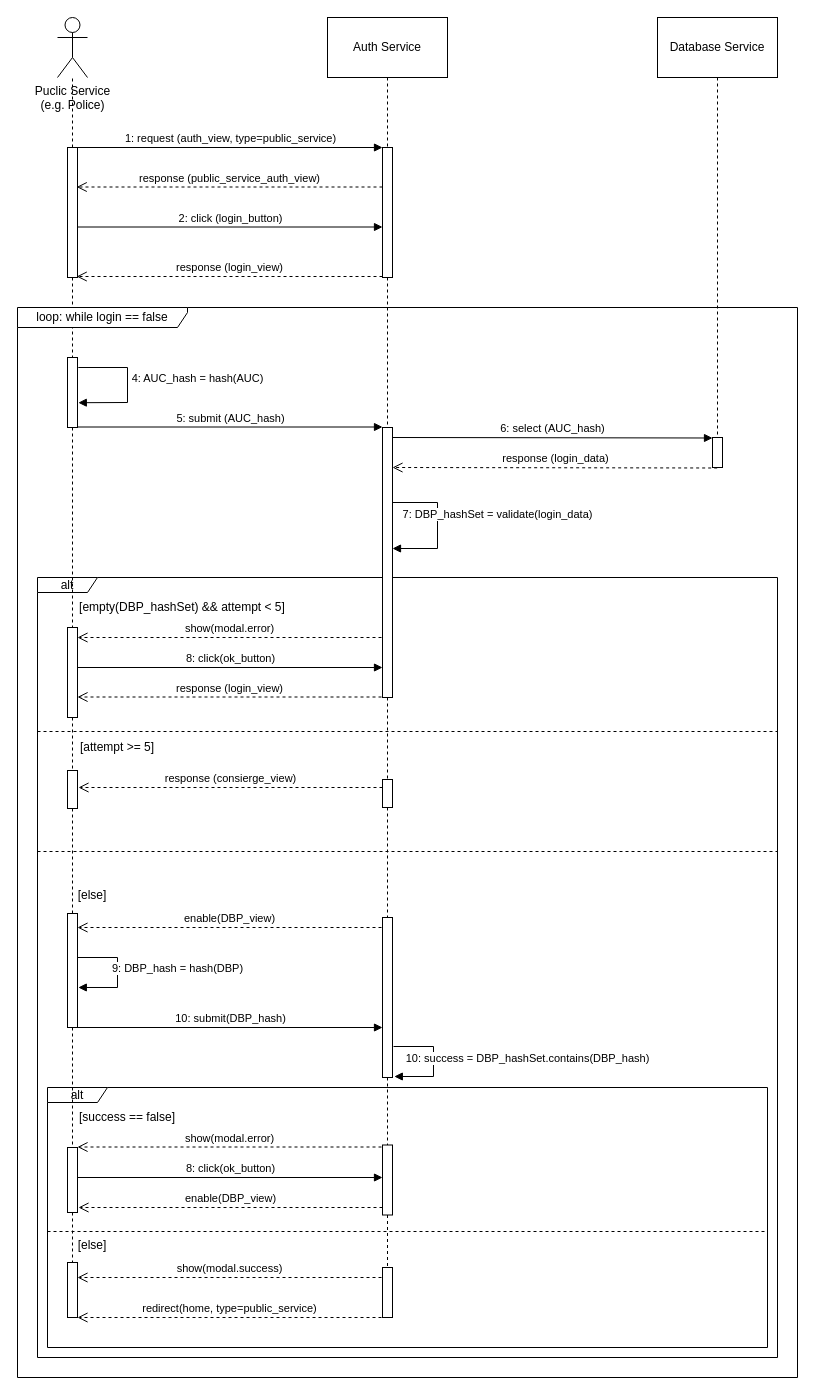
Earlier version of the draw.io diagram RASD/assets/sequence_diagrams/login_public_subject.drawio (Tallino/DaneseSavoldelli). Source tidied: cells renumbered, new cells numbered last; positions are measured from the earlier drawing's top-left corner, leaving out a move shared by most shapes. Both pictures are drawn from the tidied source at 100%, with x=0, y=0 at pixel (17, 17).
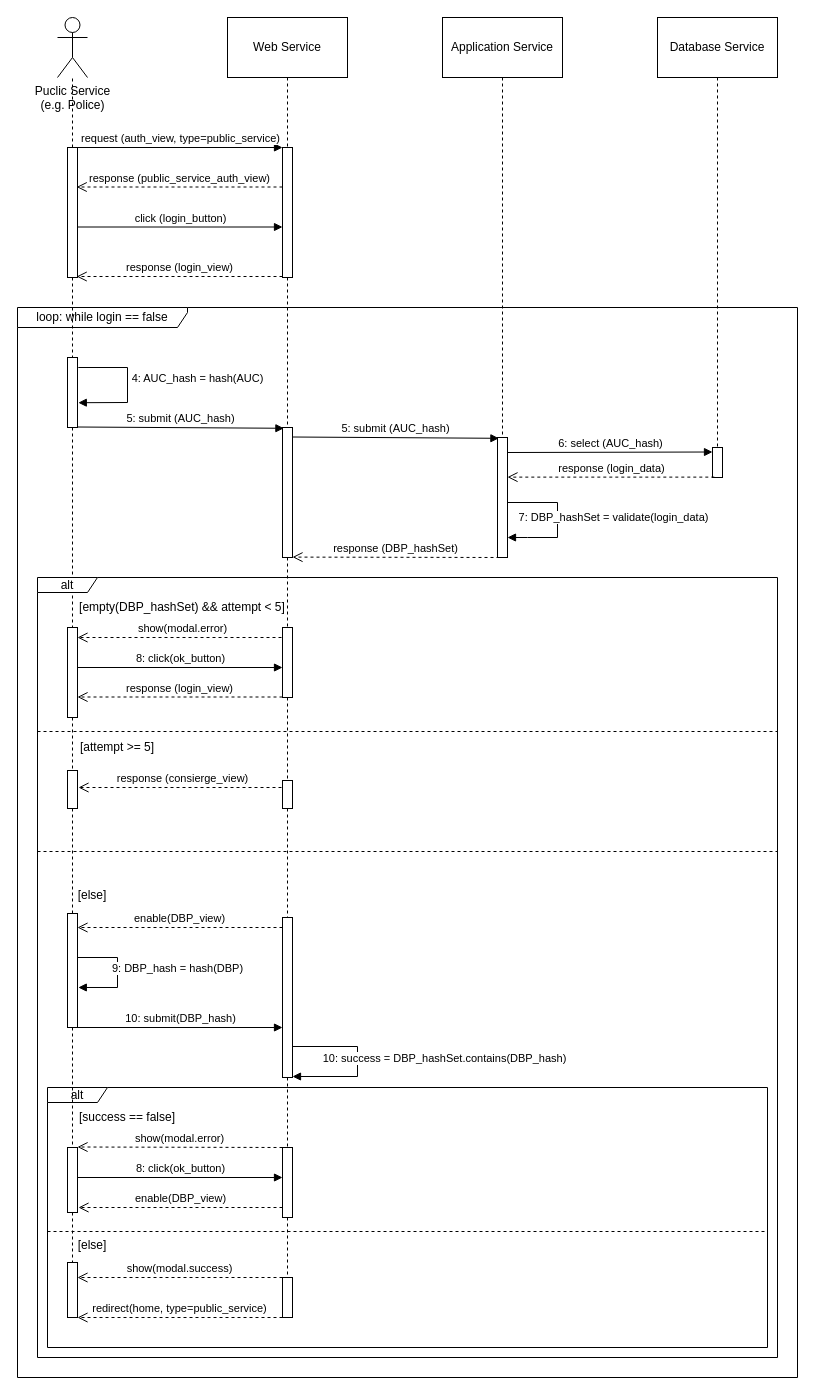
The same diagram, later.

What changed in the source:
```diff
@@
+    <mxCell id="64" value="loop: while login == false" style="shape=umlFrame;whiteSpace=wrap;html=1;width=170;height=20;" parent="1" vertex="1">
+      <mxGeometry y="290" width="780" height="1070" as="geometry" />
+    </mxCell>
@@
-    <mxCell id="3" value="alt" style="shape=umlFrame;whiteSpace=wrap;html=1;width=60;height=15;" parent="1" vertex="1">
-      <mxGeometry x="20" y="560" width="740" height="780" as="geometry" />
-    </mxCell>
@@
-    <mxCell id="6" value="Auth Service" style="rounded=0;whiteSpace=wrap;html=1;" parent="1" vertex="1">
-      <mxGeometry x="310" width="120" height="60" as="geometry" />
+    <mxCell id="6" value="Web Service" style="rounded=0;whiteSpace=wrap;html=1;" parent="1" vertex="1">
+      <mxGeometry x="210" width="120" height="60" as="geometry" />
     </mxCell>
@@
-    <mxCell id="23" style="edgeStyle=orthogonalEdgeStyle;rounded=0;jettySize=auto;html=1;dashed=1;endArrow=none;endFill=0;" parent="1" edge="1" source="24" target="26">
+    <mxCell id="23" style="edgeStyle=orthogonalEdgeStyle;rounded=0;jettySize=auto;html=1;dashed=1;endArrow=none;endFill=0;exitX=0.5;exitY=1;exitDx=0;exitDy=0;" parent="1" edge="1" source="67" target="26">
       <mxGeometry relative="1" as="geometry" />
     </mxCell>
-    <mxCell id="24" style="html=1;points=[];perimeter=orthogonalPerimeter;" parent="1" vertex="1">
-      <mxGeometry x="365" y="130" width="10" height="130" as="geometry" />
-    </mxCell>
-    <mxCell id="25" style="edgeStyle=orthogonalEdgeStyle;rounded=0;jettySize=auto;html=1;dashed=1;endArrow=none;endFill=0;" parent="1" edge="1" source="26" target="43">
-      <mxGeometry relative="1" as="geometry" />
+    <mxCell id="25" style="edgeStyle=orthogonalEdgeStyle;rounded=0;jettySize=auto;html=1;dashed=1;endArrow=none;endFill=0;" parent="1" edge="1" source="70" target="43">
+      <mxGeometry relative="1" as="geometry">
+        <Array as="points">
+          <mxPoint x="270" y="630" />
+        </Array>
+      </mxGeometry>
     </mxCell>
     <mxCell id="26" style="html=1;points=[];perimeter=orthogonalPerimeter;" parent="1" vertex="1">
-      <mxGeometry x="365" y="410" width="10" height="270" as="geometry" />
+      <mxGeometry x="480" y="420" width="10" height="120" as="geometry" />
     </mxCell>
     <mxCell id="27" style="html=1;points=[];perimeter=orthogonalPerimeter;" parent="1" vertex="1">
-      <mxGeometry x="695" y="420" width="10" height="30" as="geometry" />
+      <mxGeometry x="695" y="430" width="10" height="30" as="geometry" />
     </mxCell>
-    <mxCell id="28" value="1: request (auth_view, type=public_service)" style="html=1;verticalAlign=bottom;endArrow=block;" parent="1" edge="1" target="24">
+    <mxCell id="28" value="request (auth_view, type=public_service)" style="html=1;verticalAlign=bottom;endArrow=block;" parent="1" edge="1" target="24">
       <mxGeometry relative="1" as="geometry">
         <mxPoint x="60" y="130" as="sourcePoint" />
       </mxGeometry>
     </mxCell>
-    <mxCell id="29" value="response (public_service_auth_view)" style="html=1;verticalAlign=bottom;endArrow=open;dashed=1;endSize=8;entryX=0.92;entryY=0.4;entryDx=0;entryDy=0;entryPerimeter=0;" parent="1" edge="1">
+    <mxCell id="29" value="response (public_service_auth_view)" style="html=1;verticalAlign=bottom;endArrow=open;dashed=1;endSize=8;entryX=0.92;entryY=0.4;entryDx=0;entryDy=0;entryPerimeter=0;" parent="1" edge="1" source="24">
       <mxGeometry relative="1" as="geometry">
-        <mxPoint x="365" y="169.5" as="sourcePoint" />
         <mxPoint x="59.2" y="169.5" as="targetPoint" />
       </mxGeometry>
     </mxCell>
-    <mxCell id="30" value="2: click (login_button)" style="html=1;verticalAlign=bottom;endArrow=block;" parent="1" edge="1">
+    <mxCell id="30" value="click (login_button)" style="html=1;verticalAlign=bottom;endArrow=block;" parent="1" edge="1" target="24">
       <mxGeometry relative="1" as="geometry">
         <mxPoint x="60" y="209.5" as="sourcePoint" />
-        <mxPoint x="365" y="209.5" as="targetPoint" />
       </mxGeometry>
     </mxCell>
-    <mxCell id="31" value="response (login_view)" style="html=1;verticalAlign=bottom;endArrow=open;dashed=1;endSize=8;entryX=0.92;entryY=0.4;entryDx=0;entryDy=0;entryPerimeter=0;" parent="1" edge="1">
+    <mxCell id="31" value="response (login_view)" style="html=1;verticalAlign=bottom;endArrow=open;dashed=1;endSize=8;entryX=0.92;entryY=0.4;entryDx=0;entryDy=0;entryPerimeter=0;" parent="1" edge="1" source="24">
       <mxGeometry relative="1" as="geometry">
-        <mxPoint x="365" y="259" as="sourcePoint" />
         <mxPoint x="59.2" y="259" as="targetPoint" />
       </mxGeometry>
     </mxCell>
-    <mxCell id="32" value="5: submit (AUC_hash)" style="html=1;verticalAlign=bottom;endArrow=block;" parent="1" edge="1">
+    <mxCell id="32" value="5: submit (AUC_hash)" style="html=1;verticalAlign=bottom;endArrow=block;entryX=0.14;entryY=0.006;entryDx=0;entryDy=0;entryPerimeter=0;" parent="1" edge="1" target="69">
       <mxGeometry relative="1" as="geometry">
         <mxPoint x="60" y="409.5" as="sourcePoint" />
-        <mxPoint x="365" y="409.5" as="targetPoint" />
       </mxGeometry>
     </mxCell>
     <mxCell id="33" value="6: select (AUC_hash)" style="html=1;verticalAlign=bottom;endArrow=block;" parent="1" edge="1">
       <mxGeometry relative="1" as="geometry">
-        <mxPoint x="375" y="420" as="sourcePoint" />
-        <mxPoint x="695" y="420.5" as="targetPoint" />
+        <mxPoint x="490" y="435" as="sourcePoint" />
+        <mxPoint x="695" y="434.5" as="targetPoint" />
       </mxGeometry>
     </mxCell>
     <mxCell id="34" value="show(modal.error)" style="html=1;verticalAlign=bottom;endArrow=open;dashed=1;endSize=8;" parent="1" edge="1">
       <mxGeometry relative="1" as="geometry">
-        <mxPoint x="364" y="620" as="sourcePoint" />
+        <mxPoint x="270" y="620" as="sourcePoint" />
         <mxPoint x="60" y="620" as="targetPoint" />
       </mxGeometry>
     </mxCell>
     <mxCell id="35" value="7: DBP_hashSet = validate(login_data)" style="html=1;verticalAlign=bottom;endArrow=block;rounded=0;" parent="1" edge="1" source="26" target="26">
-      <mxGeometry x="-0.32" y="-63" relative="1" as="geometry">
+      <mxGeometry x="0.32" y="-61" relative="1" as="geometry">
         <Array as="points">
-          <mxPoint x="420" y="485" />
-          <mxPoint x="420" y="531" />
+          <mxPoint x="540" y="485" />
+          <mxPoint x="540" y="520" />
+          <mxPoint x="510" y="520" />
         </Array>
-        <mxPoint x="123" y="20" as="offset" />
+        <mxPoint x="60" y="50" as="offset" />
       </mxGeometry>
     </mxCell>
@@
-    <mxCell id="43" style="html=1;points=[];perimeter=orthogonalPerimeter;" parent="1" vertex="1">
-      <mxGeometry x="365" y="762" width="10" height="28" as="geometry" />
-    </mxCell>
@@
     <mxCell id="45" style="html=1;points=[];perimeter=orthogonalPerimeter;" parent="1" vertex="1">
-      <mxGeometry x="365" y="900" width="10" height="160" as="geometry" />
+      <mxGeometry x="265" y="900" width="10" height="160" as="geometry" />
     </mxCell>
@@
-    <mxCell id="47" style="html=1;points=[];perimeter=orthogonalPerimeter;" parent="1" vertex="1">
-      <mxGeometry x="365" y="1127.5" width="10" height="70" as="geometry" />
-    </mxCell>
-    <mxCell id="48" style="html=1;points=[];perimeter=orthogonalPerimeter;" parent="1" vertex="1">
-      <mxGeometry x="365" y="1250" width="10" height="50" as="geometry" />
-    </mxCell>
-    <mxCell id="49" value="8: click(ok_button)" style="html=1;verticalAlign=bottom;endArrow=block;" parent="1" edge="1">
+    <mxCell id="49" value="8: click(ok_button)" style="html=1;verticalAlign=bottom;endArrow=block;" parent="1" edge="1" target="70">
       <mxGeometry relative="1" as="geometry">
         <mxPoint x="60" y="650" as="sourcePoint" />
-        <mxPoint x="365" y="650" as="targetPoint" />
       </mxGeometry>
     </mxCell>
-    <mxCell id="50" value="response (login_view)" style="html=1;verticalAlign=bottom;endArrow=open;dashed=1;endSize=8;" parent="1" edge="1">
+    <mxCell id="50" value="response (login_view)" style="html=1;verticalAlign=bottom;endArrow=open;dashed=1;endSize=8;" parent="1" edge="1" source="70">
       <mxGeometry relative="1" as="geometry">
-        <mxPoint x="364" y="679.5" as="sourcePoint" />
         <mxPoint x="60" y="679.5" as="targetPoint" />
       </mxGeometry>
     </mxCell>
     <mxCell id="51" value="response (consierge_view)" style="html=1;verticalAlign=bottom;endArrow=open;dashed=1;endSize=8;" parent="1" edge="1">
       <mxGeometry relative="1" as="geometry">
-        <mxPoint x="365" y="770" as="sourcePoint" />
+        <mxPoint x="270" y="770" as="sourcePoint" />
         <mxPoint x="61" y="770" as="targetPoint" />
       </mxGeometry>
     </mxCell>
-    <mxCell id="52" value="enable(DBP_view)" style="html=1;verticalAlign=bottom;endArrow=open;dashed=1;endSize=8;" parent="1" edge="1">
+    <mxCell id="52" value="enable(DBP_view)" style="html=1;verticalAlign=bottom;endArrow=open;dashed=1;endSize=8;" parent="1" edge="1" source="45">
       <mxGeometry relative="1" as="geometry">
-        <mxPoint x="364" y="910" as="sourcePoint" />
         <mxPoint x="60" y="910" as="targetPoint" />
       </mxGeometry>
     </mxCell>
-    <mxCell id="53" value="10: submit(DBP_hash)" style="html=1;verticalAlign=bottom;endArrow=block;" parent="1" edge="1">
+    <mxCell id="53" value="10: submit(DBP_hash)" style="html=1;verticalAlign=bottom;endArrow=block;" parent="1" edge="1" target="45">
       <mxGeometry relative="1" as="geometry">
         <mxPoint x="60" y="1010" as="sourcePoint" />
-        <mxPoint x="365" y="1010" as="targetPoint" />
       </mxGeometry>
     </mxCell>
@@
-    <mxCell id="55" value="10: success = DBP_hashSet.contains(DBP_hash)" style="html=1;verticalAlign=bottom;endArrow=block;entryX=1.08;entryY=0.649;entryDx=0;entryDy=0;entryPerimeter=0;rounded=0;" parent="1" edge="1">
+    <mxCell id="55" value="10: success = DBP_hashSet.contains(DBP_hash)" style="html=1;verticalAlign=bottom;endArrow=block;rounded=0;" parent="1" edge="1" source="45" target="45">
       <mxGeometry x="0.28" y="-94" relative="1" as="geometry">
-        <mxPoint x="376" y="1029" as="sourcePoint" />
-        <mxPoint x="376.8" y="1059" as="targetPoint" />
         <Array as="points">
-          <mxPoint x="416" y="1029" />
-          <mxPoint x="416" y="1059" />
+          <mxPoint x="340" y="1029" />
+          <mxPoint x="340" y="1059" />
         </Array>
         <mxPoint x="94" y="85" as="offset" />
       </mxGeometry>
     </mxCell>
@@
-    <mxCell id="59" value="show(modal.error)" style="html=1;verticalAlign=bottom;endArrow=open;dashed=1;endSize=8;" parent="1" edge="1">
+    <mxCell id="59" value="show(modal.error)" style="html=1;verticalAlign=bottom;endArrow=open;dashed=1;endSize=8;" parent="1" edge="1" source="47">
       <mxGeometry relative="1" as="geometry">
-        <mxPoint x="364" y="1129.5" as="sourcePoint" />
         <mxPoint x="60" y="1129.5" as="targetPoint" />
       </mxGeometry>
     </mxCell>
-    <mxCell id="60" value="8: click(ok_button)" style="html=1;verticalAlign=bottom;endArrow=block;" parent="1" edge="1">
-      <mxGeometry relative="1" as="geometry">
-        <mxPoint x="60" y="1160" as="sourcePoint" />
-        <mxPoint x="365" y="1160" as="targetPoint" />
-      </mxGeometry>
-    </mxCell>
-    <mxCell id="61" value="enable(DBP_view)" style="html=1;verticalAlign=bottom;endArrow=open;dashed=1;endSize=8;" parent="1" edge="1">
+    <mxCell id="61" value="enable(DBP_view)" style="html=1;verticalAlign=bottom;endArrow=open;dashed=1;endSize=8;" parent="1" edge="1" source="47">
       <mxGeometry relative="1" as="geometry">
-        <mxPoint x="365" y="1190" as="sourcePoint" />
         <mxPoint x="61" y="1190" as="targetPoint" />
       </mxGeometry>
     </mxCell>
-    <mxCell id="62" value="show(modal.success)" style="html=1;verticalAlign=bottom;endArrow=open;dashed=1;endSize=8;" parent="1" edge="1">
+    <mxCell id="62" value="show(modal.success)" style="html=1;verticalAlign=bottom;endArrow=open;dashed=1;endSize=8;" parent="1" edge="1" source="48">
       <mxGeometry relative="1" as="geometry">
-        <mxPoint x="364" y="1260" as="sourcePoint" />
         <mxPoint x="60" y="1260" as="targetPoint" />
       </mxGeometry>
     </mxCell>
-    <mxCell id="63" value="redirect(home, type=public_service)" style="html=1;verticalAlign=bottom;endArrow=open;dashed=1;endSize=8;" parent="1" edge="1">
+    <mxCell id="63" value="redirect(home, type=public_service)" style="html=1;verticalAlign=bottom;endArrow=open;dashed=1;endSize=8;" parent="1" edge="1" source="48">
       <mxGeometry relative="1" as="geometry">
-        <mxPoint x="364" y="1300" as="sourcePoint" />
         <mxPoint x="60" y="1300" as="targetPoint" />
       </mxGeometry>
     </mxCell>
-    <mxCell id="64" value="loop: while login == false" style="shape=umlFrame;whiteSpace=wrap;html=1;width=170;height=20;" parent="1" vertex="1">
-      <mxGeometry y="290" width="780" height="1070" as="geometry" />
-    </mxCell>
-    <mxCell id="65" value="response (login_data)" style="html=1;verticalAlign=bottom;endArrow=open;dashed=1;endSize=8;exitX=0.897;exitY=0.15;exitDx=0;exitDy=0;exitPerimeter=0;" parent="1" edge="1" source="64">
-      <mxGeometry relative="1" as="geometry">
-        <mxPoint x="375" y="450" as="targetPoint" />
-      </mxGeometry>
+    <mxCell id="65" value="response (login_data)" style="html=1;verticalAlign=bottom;endArrow=open;dashed=1;endSize=8;exitX=0.18;exitY=0.987;exitDx=0;exitDy=0;exitPerimeter=0;" parent="1" edge="1" source="27" target="26">
+      <mxGeometry relative="1" as="geometry" />
     </mxCell>
+    <mxCell id="66" style="edgeStyle=orthogonalEdgeStyle;rounded=0;jettySize=auto;html=1;dashed=1;labelBackgroundColor=none;startArrow=none;startFill=0;endArrow=none;endFill=0;" parent="1" edge="1" source="24" target="69">
+      <mxGeometry relative="1" as="geometry" />
+    </mxCell>
+    <mxCell id="24" style="html=1;points=[];perimeter=orthogonalPerimeter;" parent="1" vertex="1">
+      <mxGeometry x="265" y="130" width="10" height="130" as="geometry" />
+    </mxCell>
+    <mxCell id="67" value="Application Service" style="rounded=0;whiteSpace=wrap;html=1;" parent="1" vertex="1">
+      <mxGeometry x="425" width="120" height="60" as="geometry" />
+    </mxCell>
+    <mxCell id="68" style="edgeStyle=orthogonalEdgeStyle;rounded=0;jettySize=auto;html=1;dashed=1;labelBackgroundColor=none;startArrow=none;startFill=0;endArrow=none;endFill=0;" parent="1" edge="1" source="69" target="70">
+      <mxGeometry relative="1" as="geometry" />
+    </mxCell>
+    <mxCell id="69" style="html=1;points=[];perimeter=orthogonalPerimeter;" parent="1" vertex="1">
+      <mxGeometry x="265" y="410" width="10" height="130" as="geometry" />
+    </mxCell>
+    <mxCell id="70" style="html=1;points=[];perimeter=orthogonalPerimeter;" parent="1" vertex="1">
+      <mxGeometry x="265" y="610" width="10" height="70" as="geometry" />
+    </mxCell>
+    <mxCell id="71" value="5: submit (AUC_hash)" style="html=1;verticalAlign=bottom;endArrow=block;entryX=0.14;entryY=0.006;entryDx=0;entryDy=0;entryPerimeter=0;" parent="1" edge="1">
+      <mxGeometry relative="1" as="geometry">
+        <mxPoint x="275" y="419.5" as="sourcePoint" />
+        <mxPoint x="481.4" y="420.8" as="targetPoint" />
+      </mxGeometry>
+    </mxCell>
+    <mxCell id="72" value="response (DBP_hashSet)" style="html=1;verticalAlign=bottom;endArrow=open;dashed=1;endSize=8;" parent="1" edge="1">
+      <mxGeometry relative="1" as="geometry">
+        <mxPoint x="482" y="540" as="sourcePoint" />
+        <mxPoint x="275" y="539.6" as="targetPoint" />
+      </mxGeometry>
+    </mxCell>
+    <mxCell id="47" style="html=1;points=[];perimeter=orthogonalPerimeter;" parent="1" vertex="1">
+      <mxGeometry x="265" y="1130" width="10" height="70" as="geometry" />
+    </mxCell>
+    <mxCell id="60" value="8: click(ok_button)" style="html=1;verticalAlign=bottom;endArrow=block;" parent="1" edge="1" target="47">
+      <mxGeometry relative="1" as="geometry">
+        <mxPoint x="60" y="1160" as="sourcePoint" />
+      </mxGeometry>
+    </mxCell>
+    <mxCell id="48" style="html=1;points=[];perimeter=orthogonalPerimeter;" parent="1" vertex="1">
+      <mxGeometry x="265" y="1260" width="10" height="40" as="geometry" />
+    </mxCell>
+    <mxCell id="43" style="html=1;points=[];perimeter=orthogonalPerimeter;" parent="1" vertex="1">
+      <mxGeometry x="265" y="763" width="10" height="28" as="geometry" />
+    </mxCell>
+    <mxCell id="3" value="alt" style="shape=umlFrame;whiteSpace=wrap;html=1;width=60;height=15;" parent="1" vertex="1">
+      <mxGeometry x="20" y="560" width="740" height="780" as="geometry" />
+    </mxCell>
```
